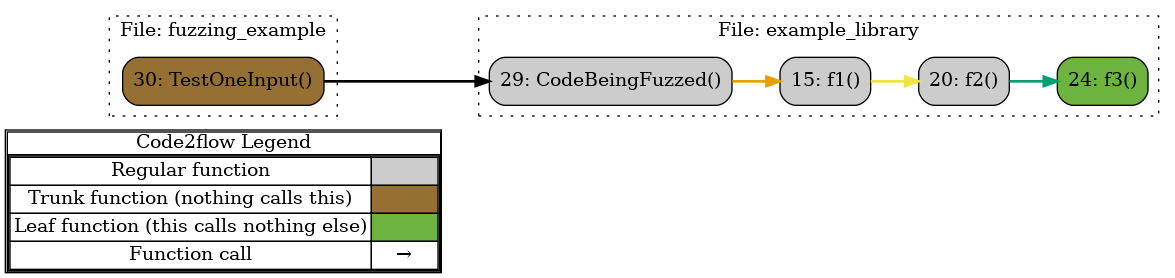
muzmu/atheris keeps this Graphviz diagram as example_fuzzers/out.png. Above is the earlier version. Its source is kept beside it as example_fuzzers/out.gv.
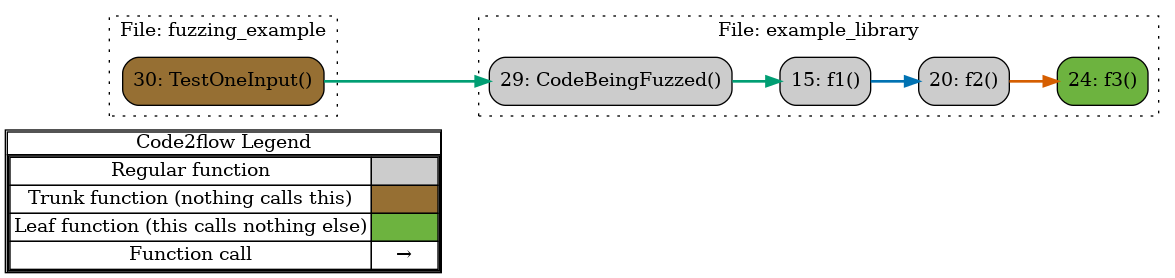
The same file after the commit.

Change to the diagram source:
```diff
@@ -14,24 +14,24 @@
         <tr><td>Function call</td><td><font color='black'>&#8594;</font></td></tr>
         </table></td></tr></table>
         >];
-}node_2fc10981 [label="29: CodeBeingFuzzed()" name="example_library::CodeBeingFuzzed" shape="rect" style="rounded,filled" fillcolor="#cccccc" ];
-node_31e8bdac [label="15: f1()" name="example_library::f1" shape="rect" style="rounded,filled" fillcolor="#cccccc" ];
-node_b52d74fb [label="20: f2()" name="example_library::f2" shape="rect" style="rounded,filled" fillcolor="#cccccc" ];
-node_8f27ede1 [label="24: f3()" name="example_library::f3" shape="rect" style="rounded,filled" fillcolor="#6db33f" ];
-node_3179d4b0 [label="30: TestOneInput()" name="fuzzing_example::TestOneInput" shape="rect" style="rounded,filled" fillcolor="#966F33" ];
-node_2fc10981 -> node_31e8bdac [color="#E69F00" penwidth="2"];
-node_31e8bdac -> node_b52d74fb [color="#F0E442" penwidth="2"];
-node_b52d74fb -> node_8f27ede1 [color="#009E73" penwidth="2"];
-node_3179d4b0 -> node_2fc10981 [color="#000000" penwidth="2"];
-subgraph cluster_be7e6c1b {
-    node_31e8bdac node_b52d74fb node_8f27ede1 node_2fc10981;
+}node_e3bc3bc3 [label="29: CodeBeingFuzzed()" name="example_library::CodeBeingFuzzed" shape="rect" style="rounded,filled" fillcolor="#cccccc" ];
+node_2005a19d [label="15: f1()" name="example_library::f1" shape="rect" style="rounded,filled" fillcolor="#cccccc" ];
+node_cc0be6c6 [label="20: f2()" name="example_library::f2" shape="rect" style="rounded,filled" fillcolor="#cccccc" ];
+node_077886f6 [label="24: f3()" name="example_library::f3" shape="rect" style="rounded,filled" fillcolor="#6db33f" ];
+node_e7cc1bf3 [label="30: TestOneInput()" name="fuzzing_example::TestOneInput" shape="rect" style="rounded,filled" fillcolor="#966F33" ];
+node_e3bc3bc3 -> node_2005a19d [color="#009E73" penwidth="2"];
+node_2005a19d -> node_cc0be6c6 [color="#0072B2" penwidth="2"];
+node_cc0be6c6 -> node_077886f6 [color="#D55E00" penwidth="2"];
+node_e7cc1bf3 -> node_e3bc3bc3 [color="#009E73" penwidth="2"];
+subgraph cluster_3a2cdea5 {
+    node_2005a19d node_cc0be6c6 node_077886f6 node_e3bc3bc3;
     label="File: example_library";
     name="example_library";
     style="filled";
     graph[style=dotted];
 };
-subgraph cluster_bac98515 {
-    node_3179d4b0;
+subgraph cluster_7a726d79 {
+    node_e7cc1bf3;
     label="File: fuzzing_example";
     name="fuzzing_example";
     style="filled";
```
